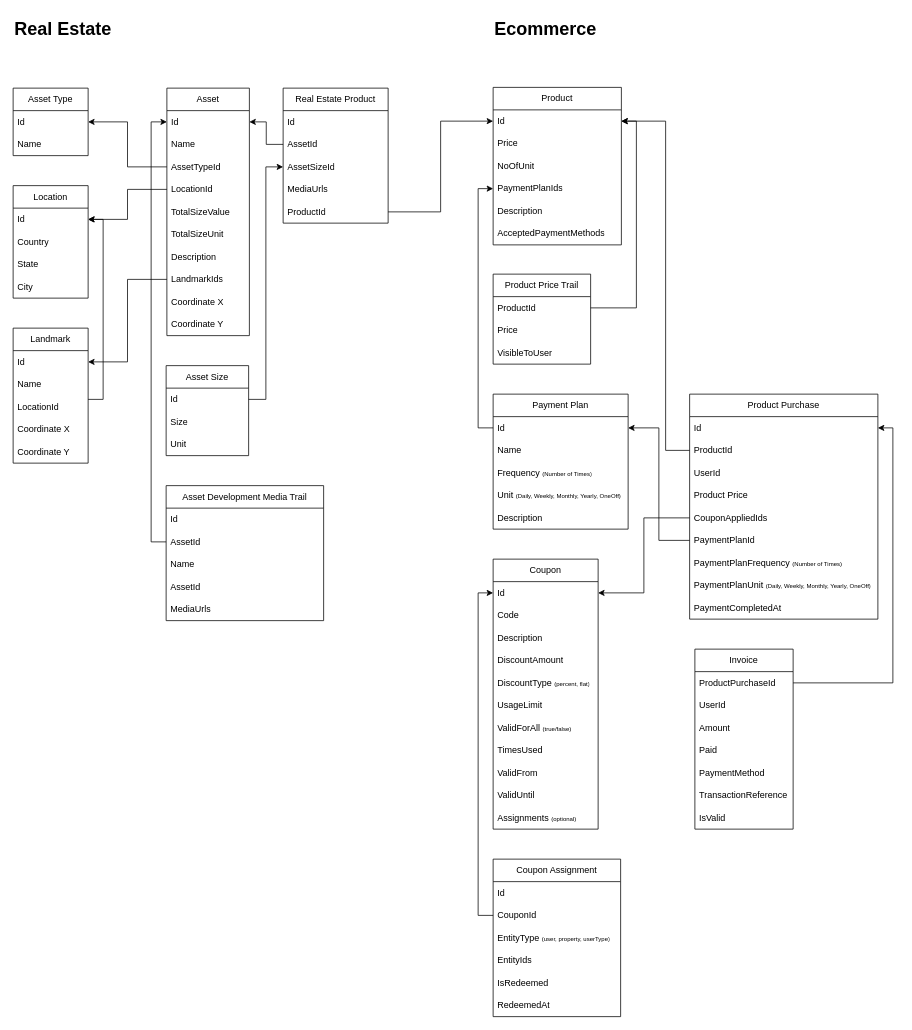
The draw.io diagram sellperty.drawio in isaac-code/diagrams, before the edit. Source tidied: cells renumbered, new cells numbered last; positions are measured from the earlier drawing's top-left corner, leaving out a move shared by most shapes. Both pictures are drawn from the tidied source at 75%, with x=0, y=0 at pixel (13, 13).
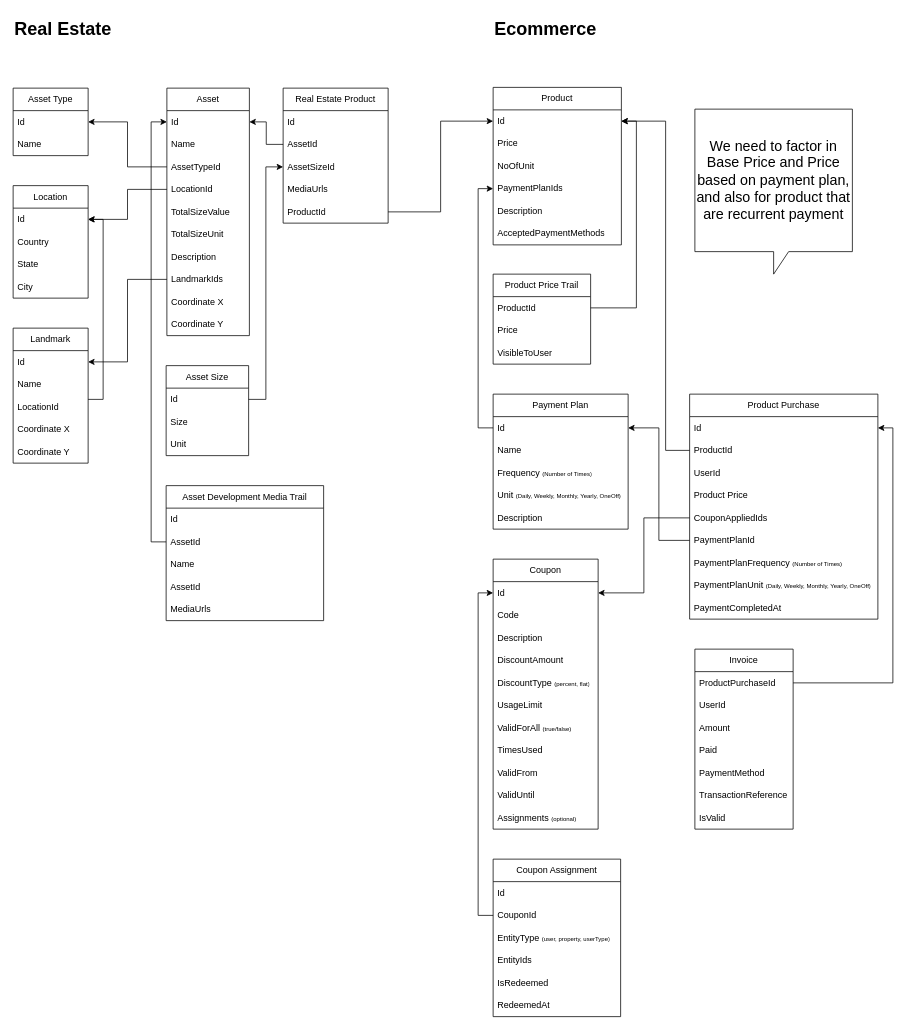
After the change.

Change to the diagram source:
```diff
@@
+    <mxCell id="114" value="&lt;font style=&quot;font-size: 19px;&quot;&gt;We need to factor in Base Price and Price based on payment plan, and also for product that are recurrent payment&lt;/font&gt;" style="shape=callout;whiteSpace=wrap;html=1;perimeter=calloutPerimeter;" parent="1" vertex="1">
+      <mxGeometry x="909" y="128" width="210" height="220" as="geometry" />
+    </mxCell>
```
